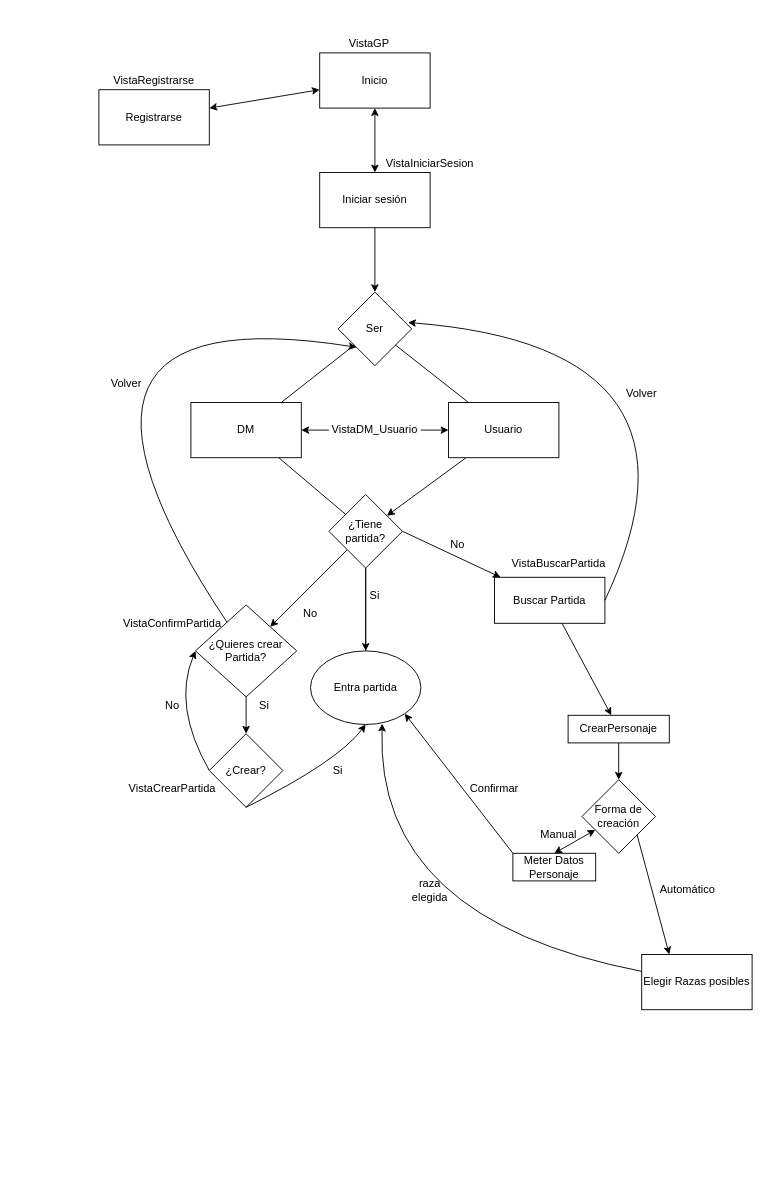
The draw.io diagram diagrama.drawio in JaviOrtunoRoig/D-D, before the edit. Source tidied: cells renumbered, new cells numbered last; positions are measured from the earlier drawing's top-left corner, leaving out a move shared by most shapes. Both pictures are drawn from the tidied source at 92%, with x=0, y=0 at pixel (6, 34).
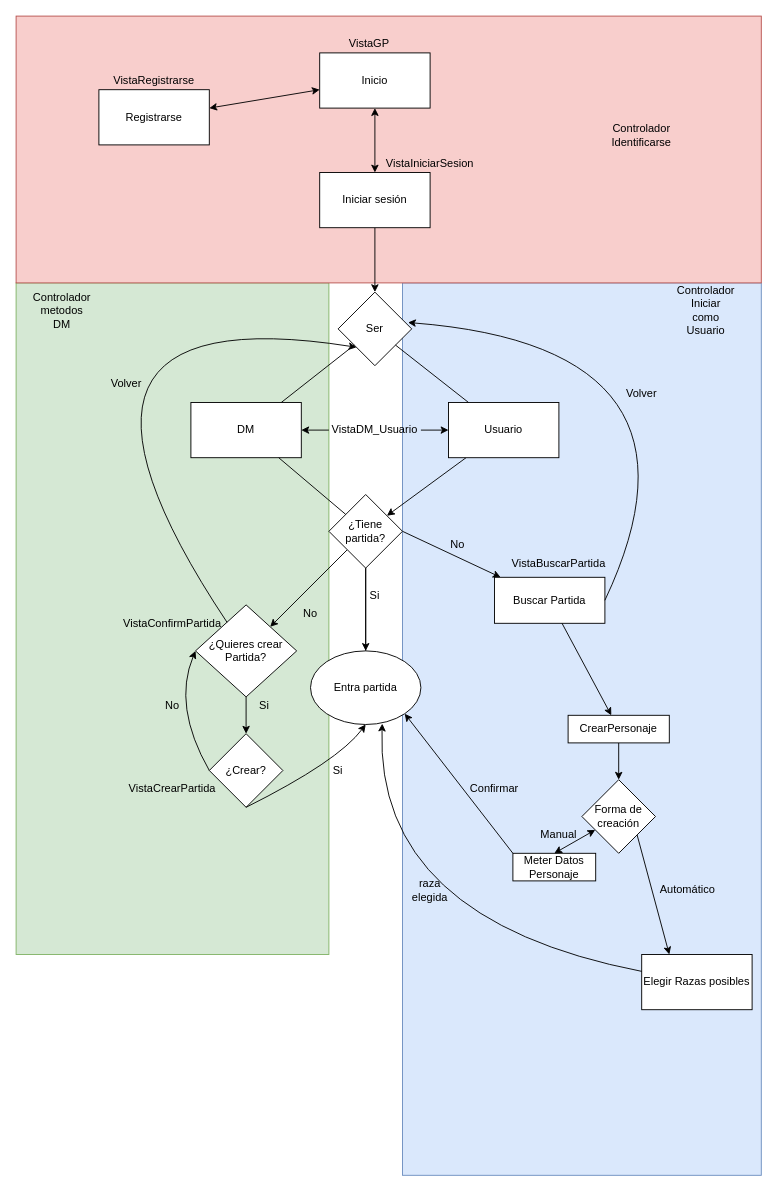
The same page after the edit.

What changed in the source:
```diff
@@
+    <mxCell id="60" style="rounded=0;whiteSpace=wrap;html=1;fillColor=#dae8fc;strokeColor=#6c8ebf;direction=south;" parent="1" vertex="1">
+      <mxGeometry x="430" y="270" width="390" height="970" as="geometry" />
+    </mxCell>
+    <mxCell id="61" style="rounded=0;whiteSpace=wrap;html=1;direction=south;fillColor=#d5e8d4;strokeColor=#82b366;" parent="1" vertex="1">
+      <mxGeometry x="10" y="270" width="340" height="730" as="geometry" />
+    </mxCell>
+    <mxCell id="62" style="rounded=0;whiteSpace=wrap;html=1;fillColor=#f8cecc;strokeColor=#b85450;gradientColor=none;imageAspect=1;noLabel=0;" parent="1" vertex="1">
+      <mxGeometry x="10" y="-20" width="810" height="290" as="geometry" />
+    </mxCell>
@@
+    <mxCell id="63" value="Controlador Identificarse" style="text;html=1;strokeColor=none;fillColor=none;align=center;verticalAlign=middle;whiteSpace=wrap;rounded=0;" parent="1" vertex="1">
+      <mxGeometry x="670" y="100" width="40" height="20" as="geometry" />
+    </mxCell>
+    <mxCell id="64" value="Controlador metodos DM" style="text;html=1;strokeColor=none;fillColor=none;align=center;verticalAlign=middle;whiteSpace=wrap;rounded=0;" parent="1" vertex="1">
+      <mxGeometry x="40" y="290" width="40" height="20" as="geometry" />
+    </mxCell>
+    <mxCell id="65" value="Controlador Iniciar como Usuario" style="text;html=1;strokeColor=none;fillColor=none;align=center;verticalAlign=middle;whiteSpace=wrap;rounded=0;" parent="1" vertex="1">
+      <mxGeometry x="740" y="290" width="40" height="20" as="geometry" />
+    </mxCell>
```
